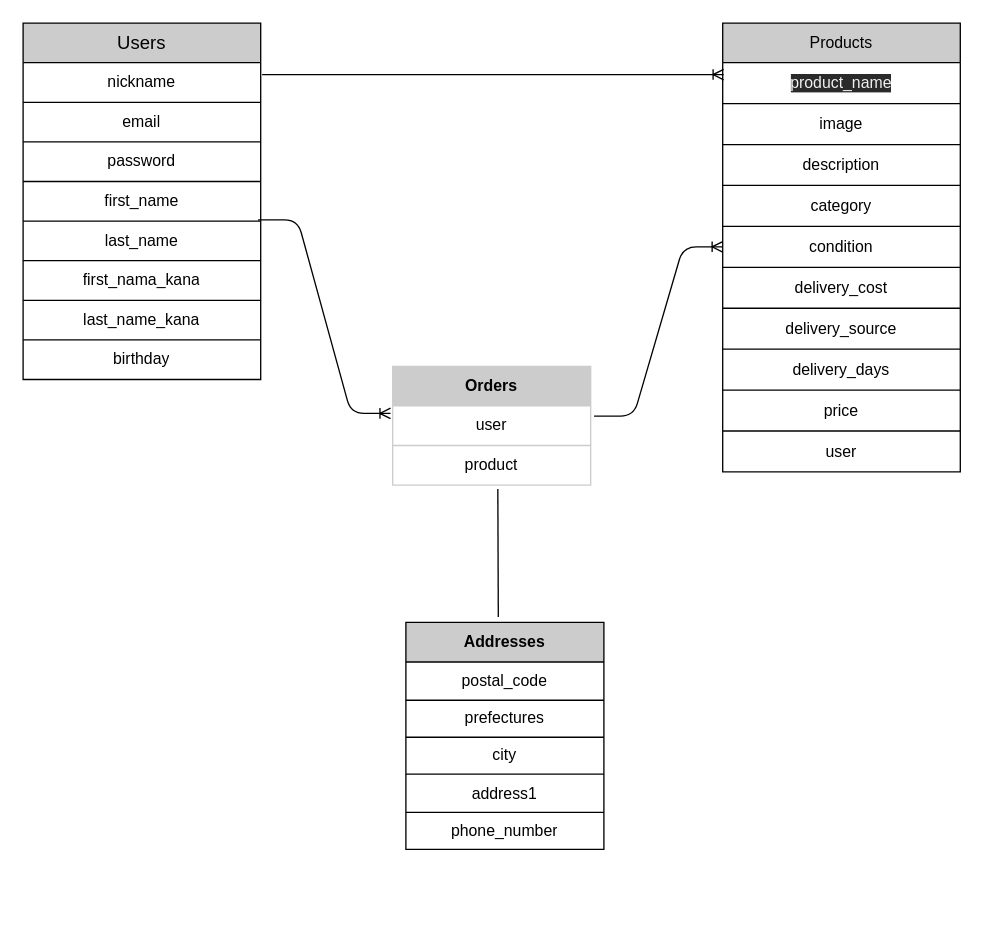
Above: furima.dio in nozomi-hasei/furima-33328 (draw.io), before the change. Source tidied: cells renumbered, new cells numbered last; positions are measured from the earlier drawing's top-left corner, leaving out a move shared by most shapes. Both pictures are drawn from the tidied source at 132%, with x=0, y=0 at pixel (22, 22).
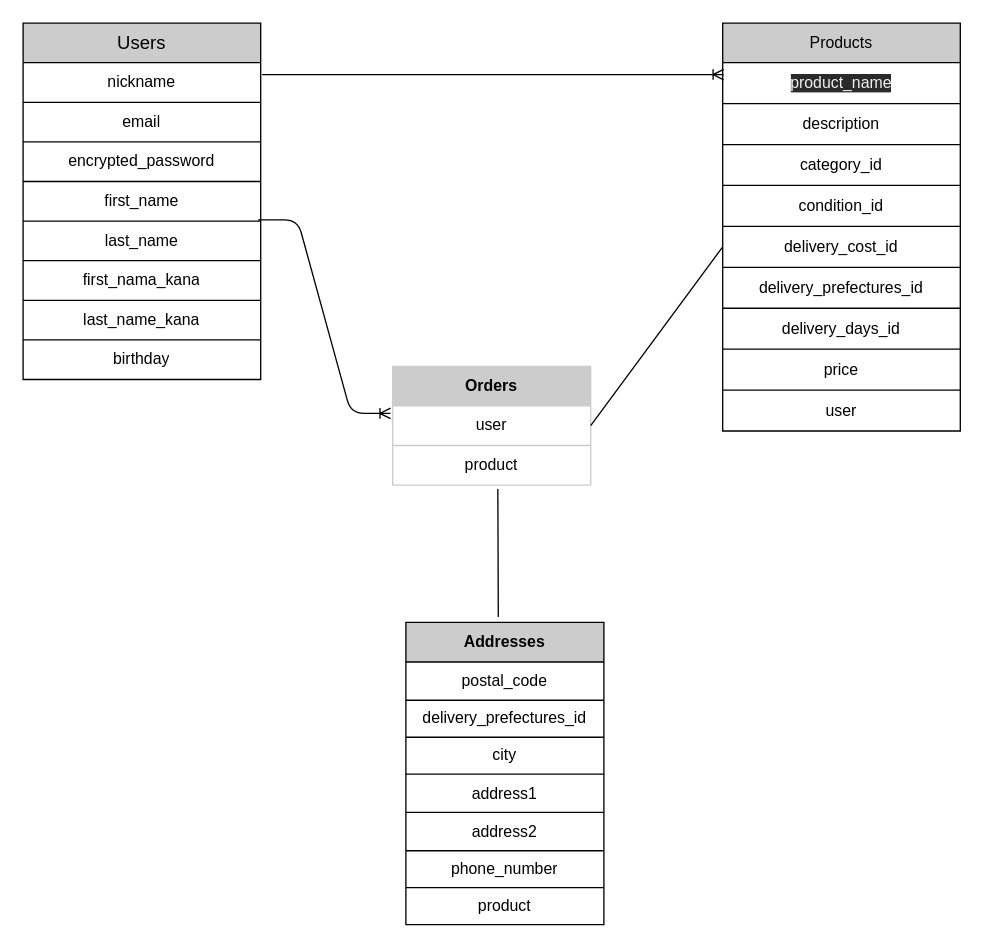
The same page after the edit.

Commit message (it also covers changes not shown here):
レビュー修正

Unchanged cells that the change refers to:
```xml
<mxCell id="28" style="shape=partialRectangle;html=1;whiteSpace=wrap;fillColor=none;top=0;left=0;bottom=0;right=0;" parent="23" vertex="1">
  <mxGeometry y="90" width="180" height="30" as="geometry" />
</mxCell>
<mxCell id="41" style="shape=partialRectangle;html=1;whiteSpace=wrap;fillColor=none;top=0;left=0;bottom=0;right=0;points=[[0,0.5],[1,0.5]];portConstraint=eastwest;" parent="40" vertex="1">
  <mxGeometry y="30" width="150" height="30" as="geometry" />
</mxCell>
<mxCell id="48" style="shape=partialRectangle;html=1;whiteSpace=wrap;fillColor=none;top=0;left=0;bottom=0;right=0;" parent="45" vertex="1">
  <mxGeometry y="59" width="150" height="28" as="geometry" />
</mxCell>
```

Diff of the diagram source:
```diff
@@
     <mxCell id="2" value="&lt;div style=&quot;text-align: left&quot;&gt;&lt;font face=&quot;helvetica&quot; color=&quot;#000000&quot;&gt;&lt;span style=&quot;font-weight: 400&quot;&gt;Products&lt;/span&gt;&lt;/font&gt;&lt;/div&gt;" style="shape=table;html=1;whiteSpace=wrap;startSize=30;childLayout=tableLayout;fontStyle=1;align=center;fillColor=#CCCCCC;" parent="1" vertex="1">
-      <mxGeometry x="530" width="180" height="340" as="geometry" />
+      <mxGeometry x="530" width="180" height="309" as="geometry" />
     </mxCell>
@@
-    <mxCell id="5" style="shape=partialRectangle;html=1;whiteSpace=wrap;fillColor=none;top=0;left=0;bottom=0;right=0;" parent="2" vertex="1">
-      <mxGeometry y="61" width="180" height="31" as="geometry" />
-    </mxCell>
-    <mxCell id="6" value="&lt;span style=&quot;text-align: left&quot;&gt;image&lt;/span&gt;" style="shape=partialRectangle;html=1;whiteSpace=wrap;fillColor=none;top=0;left=0;bottom=0;right=0;overflow=hidden;" parent="5" vertex="1">
-      <mxGeometry width="180" height="31" as="geometry" />
-    </mxCell>
     <mxCell id="7" style="shape=partialRectangle;html=1;whiteSpace=wrap;fillColor=none;top=0;left=0;bottom=0;right=0;" parent="2" vertex="1">
-      <mxGeometry y="92" width="180" height="31" as="geometry" />
+      <mxGeometry y="61" width="180" height="31" as="geometry" />
     </mxCell>
@@
     <mxCell id="9" style="shape=partialRectangle;html=1;whiteSpace=wrap;fillColor=none;top=0;left=0;bottom=0;right=0;" parent="2" vertex="1">
-      <mxGeometry y="123" width="180" height="31" as="geometry" />
+      <mxGeometry y="92" width="180" height="31" as="geometry" />
     </mxCell>
-    <mxCell id="10" value="category" style="shape=partialRectangle;html=1;whiteSpace=wrap;fillColor=none;top=0;left=0;bottom=0;right=0;overflow=hidden;" parent="9" vertex="1">
+    <mxCell id="10" value="category_id" style="shape=partialRectangle;html=1;whiteSpace=wrap;fillColor=none;top=0;left=0;bottom=0;right=0;overflow=hidden;" parent="9" vertex="1">
       <mxGeometry width="180" height="31" as="geometry" />
     </mxCell>
     <mxCell id="11" style="shape=partialRectangle;html=1;whiteSpace=wrap;fillColor=none;top=0;left=0;bottom=0;right=0;points=[[0,0.5],[1,0.5]];portConstraint=eastwest;" parent="2" vertex="1">
-      <mxGeometry y="154" width="180" height="31" as="geometry" />
+      <mxGeometry y="123" width="180" height="31" as="geometry" />
     </mxCell>
-    <mxCell id="12" value="condition" style="shape=partialRectangle;html=1;whiteSpace=wrap;fillColor=none;top=0;left=0;bottom=0;right=0;overflow=hidden;" parent="11" vertex="1">
+    <mxCell id="12" value="condition_id" style="shape=partialRectangle;html=1;whiteSpace=wrap;fillColor=none;top=0;left=0;bottom=0;right=0;overflow=hidden;" parent="11" vertex="1">
       <mxGeometry width="180" height="31" as="geometry" />
     </mxCell>
     <mxCell id="13" style="shape=partialRectangle;html=1;whiteSpace=wrap;fillColor=none;top=0;left=0;bottom=0;right=0;points=[[0,0.5],[1,0.5]];portConstraint=eastwest;" parent="2" vertex="1">
-      <mxGeometry y="185" width="180" height="31" as="geometry" />
+      <mxGeometry y="154" width="180" height="31" as="geometry" />
     </mxCell>
-    <mxCell id="14" value="delivery_cost" style="shape=partialRectangle;html=1;whiteSpace=wrap;fillColor=none;top=0;left=0;bottom=0;right=0;overflow=hidden;" parent="13" vertex="1">
+    <mxCell id="14" value="delivery_cost_id" style="shape=partialRectangle;html=1;whiteSpace=wrap;fillColor=none;top=0;left=0;bottom=0;right=0;overflow=hidden;" parent="13" vertex="1">
       <mxGeometry width="180" height="31" as="geometry" />
     </mxCell>
     <mxCell id="15" style="shape=partialRectangle;html=1;whiteSpace=wrap;fillColor=none;top=0;left=0;bottom=0;right=0;" parent="2" vertex="1">
-      <mxGeometry y="216" width="180" height="31" as="geometry" />
+      <mxGeometry y="185" width="180" height="31" as="geometry" />
     </mxCell>
-    <mxCell id="16" value="delivery_source" style="shape=partialRectangle;html=1;whiteSpace=wrap;fillColor=none;top=0;left=0;bottom=0;right=0;overflow=hidden;" parent="15" vertex="1">
+    <mxCell id="16" value="delivery_prefectures_id" style="shape=partialRectangle;html=1;whiteSpace=wrap;fillColor=none;top=0;left=0;bottom=0;right=0;overflow=hidden;" parent="15" vertex="1">
       <mxGeometry width="180" height="31" as="geometry" />
     </mxCell>
     <mxCell id="17" style="shape=partialRectangle;html=1;whiteSpace=wrap;fillColor=none;top=0;left=0;bottom=0;right=0;" parent="2" vertex="1">
-      <mxGeometry y="247" width="180" height="31" as="geometry" />
+      <mxGeometry y="216" width="180" height="31" as="geometry" />
     </mxCell>
-    <mxCell id="18" value="delivery_days" style="shape=partialRectangle;html=1;whiteSpace=wrap;fillColor=none;top=0;left=0;bottom=0;right=0;overflow=hidden;" parent="17" vertex="1">
+    <mxCell id="18" value="delivery_days_id" style="shape=partialRectangle;html=1;whiteSpace=wrap;fillColor=none;top=0;left=0;bottom=0;right=0;overflow=hidden;" parent="17" vertex="1">
       <mxGeometry width="180" height="31" as="geometry" />
     </mxCell>
     <mxCell id="19" style="shape=partialRectangle;html=1;whiteSpace=wrap;fillColor=none;top=0;left=0;bottom=0;right=0;" parent="2" vertex="1">
-      <mxGeometry y="278" width="180" height="31" as="geometry" />
+      <mxGeometry y="247" width="180" height="31" as="geometry" />
     </mxCell>
@@
     <mxCell id="21" style="shape=partialRectangle;html=1;whiteSpace=wrap;fillColor=none;top=0;left=0;bottom=0;right=0;" parent="2" vertex="1">
-      <mxGeometry y="309" width="180" height="31" as="geometry" />
+      <mxGeometry y="278" width="180" height="31" as="geometry" />
     </mxCell>
@@
-    <mxCell id="29" value="&lt;span style=&quot;text-align: left&quot;&gt;password&lt;/span&gt;" style="shape=partialRectangle;html=1;whiteSpace=wrap;fillColor=none;top=0;left=0;bottom=0;right=0;overflow=hidden;" parent="28" vertex="1">
+    <mxCell id="29" value="&lt;span style=&quot;text-align: left&quot;&gt;encrypted_password&lt;/span&gt;" style="shape=partialRectangle;html=1;whiteSpace=wrap;fillColor=none;top=0;left=0;bottom=0;right=0;overflow=hidden;" parent="28" vertex="1">
       <mxGeometry width="180" height="30" as="geometry" />
     </mxCell>
@@
     <mxCell id="45" value="&lt;font color=&quot;#000000&quot;&gt;Addresses&lt;/font&gt;" style="shape=table;html=1;whiteSpace=wrap;startSize=30;childLayout=tableLayout;fontStyle=1;align=center;fillColor=#CCCCCC;" parent="1" vertex="1">
-      <mxGeometry x="290" y="454" width="150" height="172" as="geometry" />
+      <mxGeometry x="290" y="454" width="150" height="229" as="geometry" />
     </mxCell>
@@
-    <mxCell id="49" value="prefectures" style="shape=partialRectangle;html=1;whiteSpace=wrap;fillColor=none;top=0;left=0;bottom=0;right=0;overflow=hidden;" parent="48" vertex="1">
+    <mxCell id="49" value="&lt;span&gt;delivery_prefectures_id&lt;/span&gt;" style="shape=partialRectangle;html=1;whiteSpace=wrap;fillColor=none;top=0;left=0;bottom=0;right=0;overflow=hidden;" parent="48" vertex="1">
       <mxGeometry width="150" height="28" as="geometry" />
     </mxCell>
@@
+    <mxCell id="60" style="shape=partialRectangle;html=1;whiteSpace=wrap;fillColor=none;top=0;left=0;bottom=0;right=0;" parent="45" vertex="1">
+      <mxGeometry y="144" width="150" height="29" as="geometry" />
+    </mxCell>
+    <mxCell id="61" value="&lt;span&gt;address2&lt;/span&gt;" style="shape=partialRectangle;html=1;whiteSpace=wrap;fillColor=none;top=0;left=0;bottom=0;right=0;overflow=hidden;" parent="60" vertex="1">
+      <mxGeometry width="150" height="29" as="geometry" />
+    </mxCell>
     <mxCell id="54" style="shape=partialRectangle;html=1;whiteSpace=wrap;fillColor=none;top=0;left=0;bottom=0;right=0;" parent="45" vertex="1">
-      <mxGeometry y="144" width="150" height="28" as="geometry" />
+      <mxGeometry y="173" width="150" height="28" as="geometry" />
     </mxCell>
@@
+    <mxCell id="62" style="shape=partialRectangle;html=1;whiteSpace=wrap;fillColor=none;top=0;left=0;bottom=0;right=0;" parent="45" vertex="1">
+      <mxGeometry y="201" width="150" height="28" as="geometry" />
+    </mxCell>
+    <mxCell id="63" value="product" style="shape=partialRectangle;html=1;whiteSpace=wrap;fillColor=none;top=0;left=0;bottom=0;right=0;overflow=hidden;" parent="62" vertex="1">
+      <mxGeometry width="150" height="28" as="geometry" />
+    </mxCell>
@@
-    <mxCell id="59" style="edgeStyle=entityRelationEdgeStyle;fontSize=12;html=1;endArrow=ERoneToMany;entryX=0;entryY=0.5;entryDx=0;entryDy=0;exitX=1.017;exitY=0.256;exitDx=0;exitDy=0;exitPerimeter=0;" parent="1" edge="1" source="41" target="11">
+    <mxCell id="59" style="endArrow=none;html=1;rounded=0;exitX=0;exitY=0.5;exitDx=0;exitDy=0;entryX=1;entryY=0.5;entryDx=0;entryDy=0;" parent="1" edge="1" source="13" target="41">
       <mxGeometry relative="1" as="geometry" />
     </mxCell>
```
